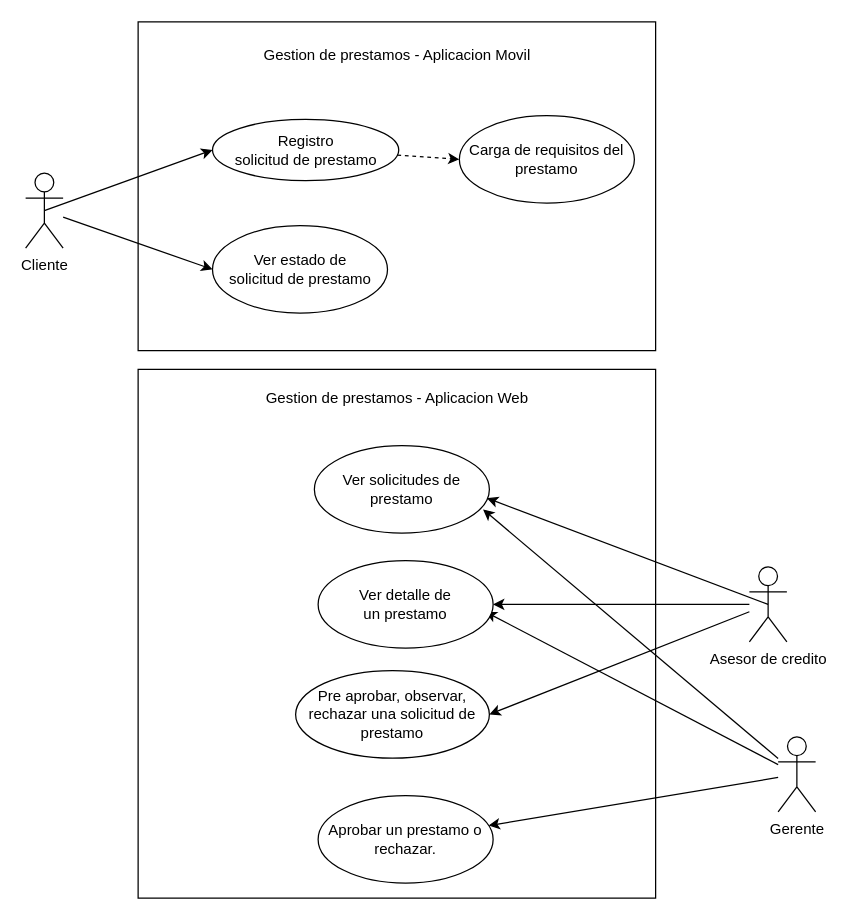
alexrv11/credicuotas keeps this draw.io diagram as docs/use cases/loan-management.drawio. Above is the earlier version. Source tidied: cells renumbered, new cells numbered last; positions are measured from the earlier drawing's top-left corner, leaving out a move shared by most shapes. Both pictures are drawn from the tidied source at 125%, with x=0, y=0 at pixel (25, 21).
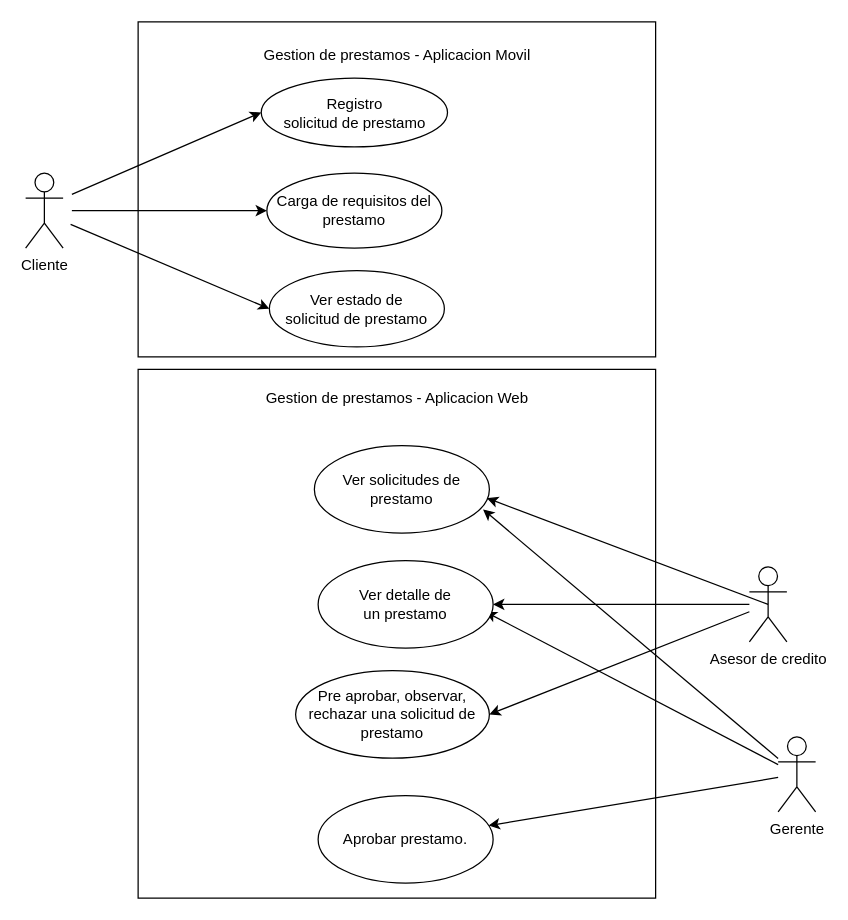
After the change.

The change refers to these unchanged cells:
```xml
<mxCell id="11" value="Cliente" style="shape=umlActor;verticalLabelPosition=bottom;verticalAlign=top;html=1;" parent="1" vertex="1">
  <mxGeometry y="121" width="30" height="60" as="geometry" />
</mxCell>
```

Diff of the diagram source:
```diff
@@
     <mxCell id="3" style="rounded=0;whiteSpace=wrap;html=1;" parent="1" vertex="1">
-      <mxGeometry x="90" width="414" height="263" as="geometry" />
+      <mxGeometry x="90" width="414" height="268" as="geometry" />
     </mxCell>
     <mxCell id="4" value="Ver estado de &lt;br&gt;solicitud de prestamo" style="ellipse;whiteSpace=wrap;html=1;" parent="1" vertex="1">
-      <mxGeometry x="149.5" y="163" width="140" height="70" as="geometry" />
+      <mxGeometry x="195" y="199" width="140" height="61" as="geometry" />
     </mxCell>
@@
-    <mxCell id="6" style="edgeStyle=none;html=1;entryX=0;entryY=0.5;entryDx=0;entryDy=0;dashed=1;" parent="1" edge="1" source="7" target="8">
-      <mxGeometry relative="1" as="geometry" />
-    </mxCell>
     <mxCell id="7" value="Registro&lt;br&gt;solicitud de prestamo" style="ellipse;whiteSpace=wrap;html=1;" parent="1" vertex="1">
-      <mxGeometry x="149.5" y="78" width="149" height="49" as="geometry" />
+      <mxGeometry x="188.5" y="45" width="149" height="55" as="geometry" />
     </mxCell>
     <mxCell id="8" value="Carga de requisitos del prestamo" style="ellipse;whiteSpace=wrap;html=1;" parent="1" vertex="1">
-      <mxGeometry x="347" y="75" width="140" height="70" as="geometry" />
+      <mxGeometry x="193" y="121" width="140" height="60" as="geometry" />
     </mxCell>
-    <mxCell id="9" style="edgeStyle=none;html=1;exitX=0.5;exitY=0.5;exitDx=0;exitDy=0;exitPerimeter=0;entryX=0;entryY=0.5;entryDx=0;entryDy=0;" parent="1" edge="1" source="11" target="7">
-      <mxGeometry relative="1" as="geometry" />
+    <mxCell id="9" style="edgeStyle=none;html=1;entryX=0;entryY=0.5;entryDx=0;entryDy=0;" parent="1" edge="1" target="7">
+      <mxGeometry relative="1" as="geometry">
+        <mxPoint x="37" y="138" as="sourcePoint" />
+      </mxGeometry>
     </mxCell>
-    <mxCell id="10" style="edgeStyle=none;html=1;entryX=0;entryY=0.5;entryDx=0;entryDy=0;" parent="1" edge="1" source="11" target="4">
-      <mxGeometry relative="1" as="geometry" />
+    <mxCell id="10" style="edgeStyle=none;html=1;entryX=0;entryY=0.5;entryDx=0;entryDy=0;" parent="1" edge="1" target="4">
+      <mxGeometry relative="1" as="geometry">
+        <mxPoint x="36" y="162" as="sourcePoint" />
+      </mxGeometry>
     </mxCell>
@@
-    <mxCell id="24" value="Aprobar un prestamo o rechazar." style="ellipse;whiteSpace=wrap;html=1;" parent="1" vertex="1">
+    <mxCell id="24" value="Aprobar prestamo." style="ellipse;whiteSpace=wrap;html=1;" parent="1" vertex="1">
       <mxGeometry x="234" y="619" width="140" height="70" as="geometry" />
     </mxCell>
+    <mxCell id="25" style="edgeStyle=none;html=1;entryX=0;entryY=0.5;entryDx=0;entryDy=0;" parent="1" edge="1" target="8">
+      <mxGeometry relative="1" as="geometry">
+        <mxPoint x="37" y="151" as="sourcePoint" />
+      </mxGeometry>
+    </mxCell>
```
